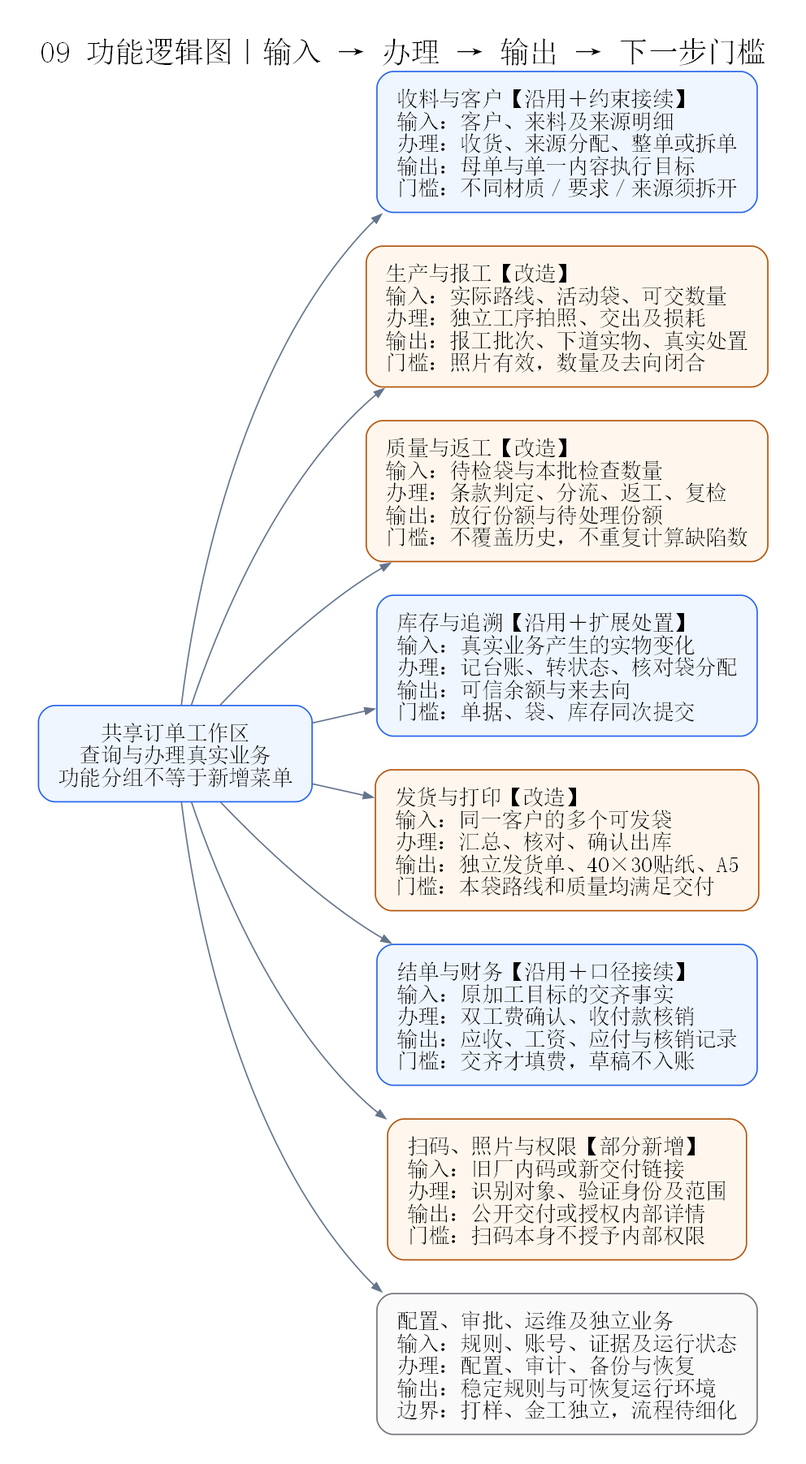
This is docs/diagrams/system-review/09-functional-logic.png from sxliuchen-hash/zhubao-ERP, a Graphviz export, as it was before one commit. Its source is kept beside it as docs/diagrams/system-review/09-functional-logic.dot. Its diagram source:
```dot
digraph G {
  graph [fontname="SimSun",fontsize=22,label="09 功能逻辑图｜输入 → 办理 → 输出 → 下一步门槛",labelloc=t,rankdir=LR,bgcolor="white",pad="0.3",nodesep="0.35",ranksep="0.55"];
  node [fontname="SimSun",fontsize=16,shape=box,style="rounded,filled",color="#2563eb",fillcolor="#eff6ff",margin="0.2,0.15"];
  edge [fontname="SimSun",fontsize=12,color="#64748b",arrowsize=0.7];
  root [label="共享订单工作区\n查询与办理真实业务\n功能分组不等于新增菜单"];
  intake [label="收料与客户【沿用＋约束接续】\l输入：客户、来料及来源明细\l办理：收货、来源分配、整单或拆单\l输出：母单与单一内容执行目标\l门槛：不同材质／要求／来源须拆开\l"];
  production [label="生产与报工【改造】\l输入：实际路线、活动袋、可交数量\l办理：独立工序拍照、交出及损耗\l输出：报工批次、下道实物、真实处置\l门槛：照片有效，数量及去向闭合\l",color="#b45309",fillcolor="#fff7ed"];
  quality [label="质量与返工【改造】\l输入：待检袋与本批检查数量\l办理：条款判定、分流、返工、复检\l输出：放行份额与待处理份额\l门槛：不覆盖历史，不重复计算缺陷数\l",color="#b45309",fillcolor="#fff7ed"];
  inventory [label="库存与追溯【沿用＋扩展处置】\l输入：真实业务产生的实物变化\l办理：记台账、转状态、核对袋分配\l输出：可信余额与来去向\l门槛：单据、袋、库存同次提交\l"];
  shipment [label="发货与打印【改造】\l输入：同一客户的多个可发袋\l办理：汇总、核对、确认出库\l输出：独立发货单、40×30贴纸、A5\l门槛：本袋路线和质量均满足交付\l",color="#b45309",fillcolor="#fff7ed"];
  finance [label="结单与财务【沿用＋口径接续】\l输入：原加工目标的交齐事实\l办理：双工费确认、收付款核销\l输出：应收、工资、应付与核销记录\l门槛：交齐才填费，草稿不入账\l"];
  access [label="扫码、照片与权限【部分新增】\l输入：旧厂内码或新交付链接\l办理：识别对象、验证身份及范围\l输出：公开交付或授权内部详情\l门槛：扫码本身不授予内部权限\l",color="#b45309",fillcolor="#fff7ed"];
  supporting [label="配置、审批、运维及独立业务\l输入：规则、账号、证据及运行状态\l办理：配置、审计、备份与恢复\l输出：稳定规则与可恢复运行环境\l边界：打样、金工独立，流程待细化\l",color="#71717a",fillcolor="#fafafa"];
  root -> intake; root -> production; root -> quality; root -> inventory;
  root -> shipment; root -> finance; root -> access; root -> supporting;
}
```
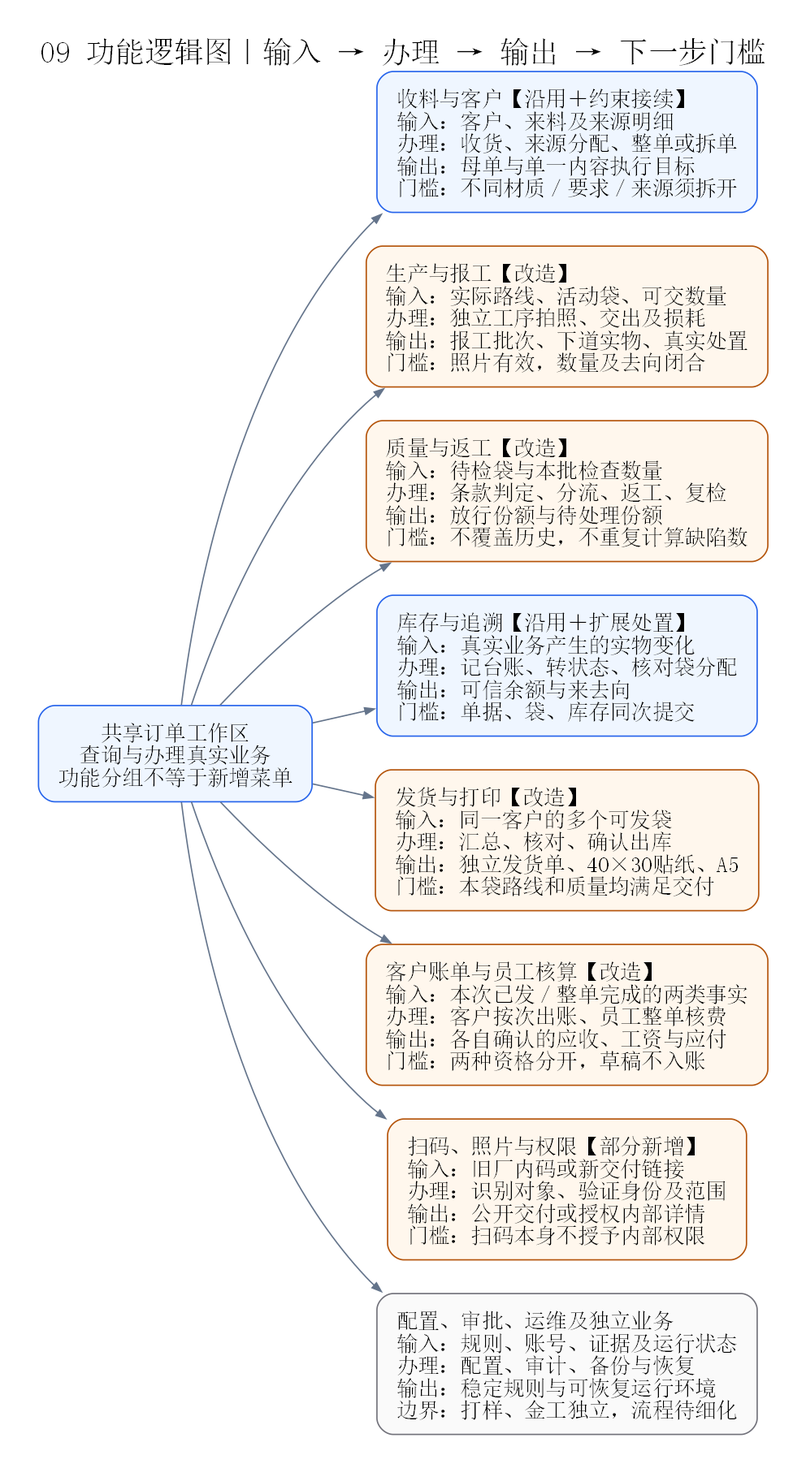
Above is the later version.

Diff of the diagram source:
```diff
@@ -8,7 +8,7 @@
   quality [label="质量与返工【改造】\l输入：待检袋与本批检查数量\l办理：条款判定、分流、返工、复检\l输出：放行份额与待处理份额\l门槛：不覆盖历史，不重复计算缺陷数\l",color="#b45309",fillcolor="#fff7ed"];
   inventory [label="库存与追溯【沿用＋扩展处置】\l输入：真实业务产生的实物变化\l办理：记台账、转状态、核对袋分配\l输出：可信余额与来去向\l门槛：单据、袋、库存同次提交\l"];
   shipment [label="发货与打印【改造】\l输入：同一客户的多个可发袋\l办理：汇总、核对、确认出库\l输出：独立发货单、40×30贴纸、A5\l门槛：本袋路线和质量均满足交付\l",color="#b45309",fillcolor="#fff7ed"];
-  finance [label="结单与财务【沿用＋口径接续】\l输入：原加工目标的交齐事实\l办理：双工费确认、收付款核销\l输出：应收、工资、应付与核销记录\l门槛：交齐才填费，草稿不入账\l"];
+  finance [label="客户账单与员工核算【改造】\l输入：本次已发／整单完成的两类事实\l办理：客户按次出账、员工整单核费\l输出：各自确认的应收、工资与应付\l门槛：两种资格分开，草稿不入账\l",color="#b45309",fillcolor="#fff7ed"];
   access [label="扫码、照片与权限【部分新增】\l输入：旧厂内码或新交付链接\l办理：识别对象、验证身份及范围\l输出：公开交付或授权内部详情\l门槛：扫码本身不授予内部权限\l",color="#b45309",fillcolor="#fff7ed"];
   supporting [label="配置、审批、运维及独立业务\l输入：规则、账号、证据及运行状态\l办理：配置、审计、备份与恢复\l输出：稳定规则与可恢复运行环境\l边界：打样、金工独立，流程待细化\l",color="#71717a",fillcolor="#fafafa"];
   root -> intake; root -> production; root -> quality; root -> inventory;
```
